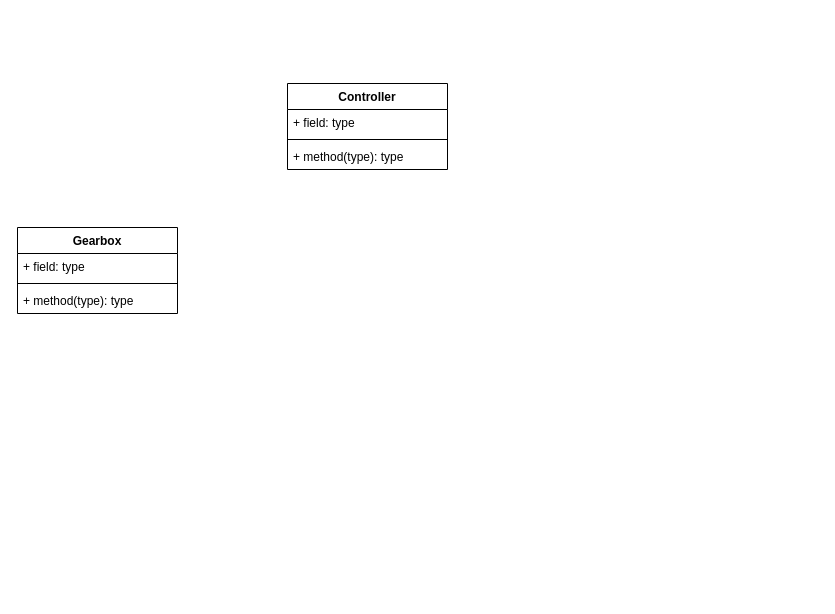
Above: Diagrams/ClassOverview.drawio in AndreasUrlberger/ElevateUrDesk (draw.io), before the change. Source tidied: cells renumbered, new cells numbered last; positions are measured from the earlier drawing's top-left corner, leaving out a move shared by most shapes. Both pictures are drawn from the tidied source at 100%, with x=0, y=0 at pixel (17, 83).
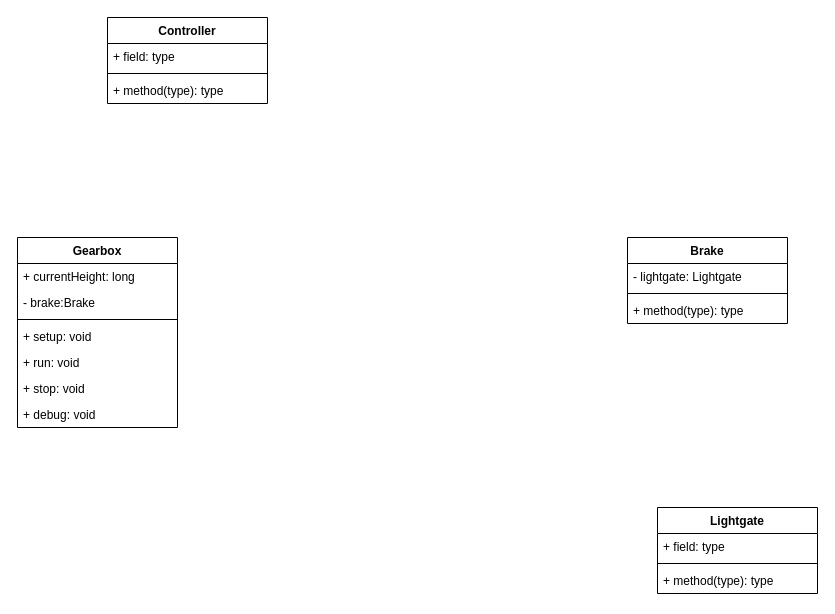
After the change.

Commit message:
Add some of the basic classes

Diff of the diagram source:
```diff
@@
     <mxCell id="2" value="Controller" style="swimlane;fontStyle=1;align=center;verticalAlign=top;horizontal=1;startSize=26;whiteSpace=wrap;html=1;" parent="1" vertex="1">
-      <mxGeometry x="270" width="160" height="86" as="geometry" />
+      <mxGeometry x="90" y="-66" width="160" height="86" as="geometry" />
     </mxCell>
@@
     <mxCell id="6" value="Gearbox" style="swimlane;fontStyle=1;align=center;verticalAlign=top;horizontal=1;startSize=26;whiteSpace=wrap;html=1;" parent="1" vertex="1">
-      <mxGeometry y="144" width="160" height="86" as="geometry" />
+      <mxGeometry y="154" width="160" height="190" as="geometry" />
     </mxCell>
-    <mxCell id="7" value="+ field: type" style="text;strokeColor=none;fillColor=none;align=left;verticalAlign=top;spacingLeft=4;spacingRight=4;overflow=hidden;whiteSpace=wrap;html=1;" parent="6" vertex="1">
+    <mxCell id="7" value="+ currentHeight: long" style="text;strokeColor=none;fillColor=none;align=left;verticalAlign=top;spacingLeft=4;spacingRight=4;overflow=hidden;whiteSpace=wrap;html=1;" parent="6" vertex="1">
       <mxGeometry y="26" width="160" height="26" as="geometry" />
     </mxCell>
+    <mxCell id="10" value="- brake:Brake" style="text;strokeColor=none;fillColor=none;align=left;verticalAlign=top;spacingLeft=4;spacingRight=4;overflow=hidden;whiteSpace=wrap;html=1;" parent="6" vertex="1">
+      <mxGeometry y="52" width="160" height="26" as="geometry" />
+    </mxCell>
     <mxCell id="8" style="line;strokeWidth=1;fillColor=none;align=left;verticalAlign=middle;spacingTop=-1;spacingLeft=3;spacingRight=3;labelPosition=right;strokeColor=inherit;" parent="6" vertex="1">
-      <mxGeometry y="52" width="160" height="8" as="geometry" />
+      <mxGeometry y="78" width="160" height="8" as="geometry" />
     </mxCell>
-    <mxCell id="9" value="+ method(type): type" style="text;strokeColor=none;fillColor=none;align=left;verticalAlign=top;spacingLeft=4;spacingRight=4;overflow=hidden;whiteSpace=wrap;html=1;" parent="6" vertex="1">
-      <mxGeometry y="60" width="160" height="26" as="geometry" />
-    </mxCell>
+    <mxCell id="11" value="+ setup: void" style="text;strokeColor=none;fillColor=none;align=left;verticalAlign=top;spacingLeft=4;spacingRight=4;overflow=hidden;whiteSpace=wrap;html=1;" parent="6" vertex="1">
+      <mxGeometry y="86" width="160" height="26" as="geometry" />
+    </mxCell>
+    <mxCell id="12" value="+ run: void" style="text;strokeColor=none;fillColor=none;align=left;verticalAlign=top;spacingLeft=4;spacingRight=4;overflow=hidden;whiteSpace=wrap;html=1;" parent="6" vertex="1">
+      <mxGeometry y="112" width="160" height="26" as="geometry" />
+    </mxCell>
+    <mxCell id="13" value="+ stop: void" style="text;strokeColor=none;fillColor=none;align=left;verticalAlign=top;spacingLeft=4;spacingRight=4;overflow=hidden;whiteSpace=wrap;html=1;" parent="6" vertex="1">
+      <mxGeometry y="138" width="160" height="26" as="geometry" />
+    </mxCell>
+    <mxCell id="14" value="+ debug: void" style="text;strokeColor=none;fillColor=none;align=left;verticalAlign=top;spacingLeft=4;spacingRight=4;overflow=hidden;whiteSpace=wrap;html=1;" parent="6" vertex="1">
+      <mxGeometry y="164" width="160" height="26" as="geometry" />
+    </mxCell>
+    <mxCell id="15" value="Brake" style="swimlane;fontStyle=1;align=center;verticalAlign=top;horizontal=1;startSize=26;whiteSpace=wrap;html=1;" parent="1" vertex="1">
+      <mxGeometry x="610" y="154" width="160" height="86" as="geometry" />
+    </mxCell>
+    <mxCell id="16" value="- lightgate: Lightgate" style="text;strokeColor=none;fillColor=none;align=left;verticalAlign=top;spacingLeft=4;spacingRight=4;overflow=hidden;whiteSpace=wrap;html=1;" parent="15" vertex="1">
+      <mxGeometry y="26" width="160" height="26" as="geometry" />
+    </mxCell>
+    <mxCell id="17" style="line;strokeWidth=1;fillColor=none;align=left;verticalAlign=middle;spacingTop=-1;spacingLeft=3;spacingRight=3;labelPosition=right;strokeColor=inherit;" parent="15" vertex="1">
+      <mxGeometry y="52" width="160" height="8" as="geometry" />
+    </mxCell>
+    <mxCell id="18" value="+ method(type): type" style="text;strokeColor=none;fillColor=none;align=left;verticalAlign=top;spacingLeft=4;spacingRight=4;overflow=hidden;whiteSpace=wrap;html=1;" parent="15" vertex="1">
+      <mxGeometry y="60" width="160" height="26" as="geometry" />
+    </mxCell>
+    <mxCell id="19" value="Lightgate" style="swimlane;fontStyle=1;align=center;verticalAlign=top;horizontal=1;startSize=26;whiteSpace=wrap;html=1;" parent="1" vertex="1">
+      <mxGeometry x="640" y="424" width="160" height="86" as="geometry" />
+    </mxCell>
+    <mxCell id="20" value="+ field: type" style="text;strokeColor=none;fillColor=none;align=left;verticalAlign=top;spacingLeft=4;spacingRight=4;overflow=hidden;whiteSpace=wrap;html=1;" parent="19" vertex="1">
+      <mxGeometry y="26" width="160" height="26" as="geometry" />
+    </mxCell>
+    <mxCell id="21" style="line;strokeWidth=1;fillColor=none;align=left;verticalAlign=middle;spacingTop=-1;spacingLeft=3;spacingRight=3;labelPosition=right;strokeColor=inherit;" parent="19" vertex="1">
+      <mxGeometry y="52" width="160" height="8" as="geometry" />
+    </mxCell>
+    <mxCell id="22" value="+ method(type): type" style="text;strokeColor=none;fillColor=none;align=left;verticalAlign=top;spacingLeft=4;spacingRight=4;overflow=hidden;whiteSpace=wrap;html=1;" parent="19" vertex="1">
+      <mxGeometry y="60" width="160" height="26" as="geometry" />
+    </mxCell>
```
